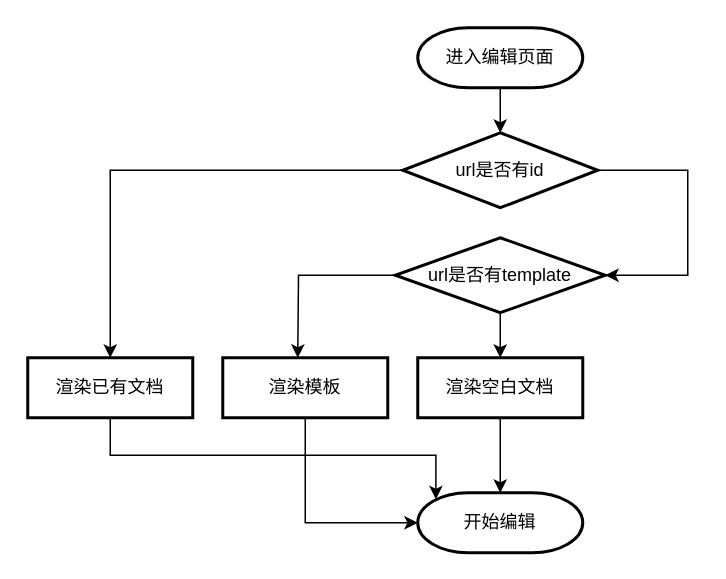
Above: wendang.drawio in kongkong99/2048 (draw.io), before the change. Source tidied: cells renumbered, new cells numbered last; positions are measured from the earlier drawing's top-left corner, leaving out a move shared by most shapes. Both pictures are drawn from the tidied source at 150%, with x=0, y=0 at pixel (27, 27).
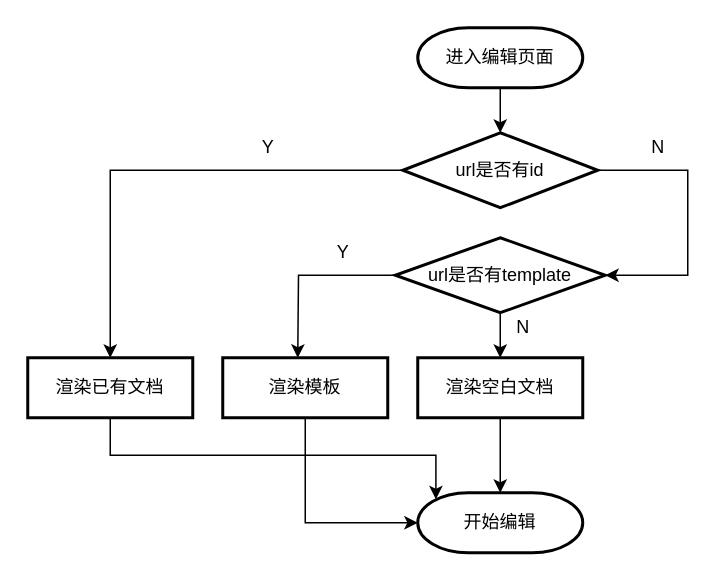
The same diagram, later.

Diff of the diagram source:
```diff
@@
+    <mxCell id="17" value="Y" style="text;html=1;align=center;verticalAlign=middle;strokeColor=none;" parent="1" vertex="1">
+      <mxGeometry x="150" y="70" width="20" height="20" as="geometry" />
+    </mxCell>
+    <mxCell id="18" value="N" style="text;html=1;align=center;verticalAlign=middle;strokeColor=none;" parent="1" vertex="1">
+      <mxGeometry x="410" y="70" width="20" height="20" as="geometry" />
+    </mxCell>
+    <mxCell id="19" value="Y" style="text;html=1;align=center;verticalAlign=middle;strokeColor=none;" parent="1" vertex="1">
+      <mxGeometry x="200" y="140" width="20" height="20" as="geometry" />
+    </mxCell>
+    <mxCell id="20" value="N" style="text;html=1;align=center;verticalAlign=middle;strokeColor=none;" parent="1" vertex="1">
+      <mxGeometry x="320" y="190" width="20" height="20" as="geometry" />
+    </mxCell>
```
